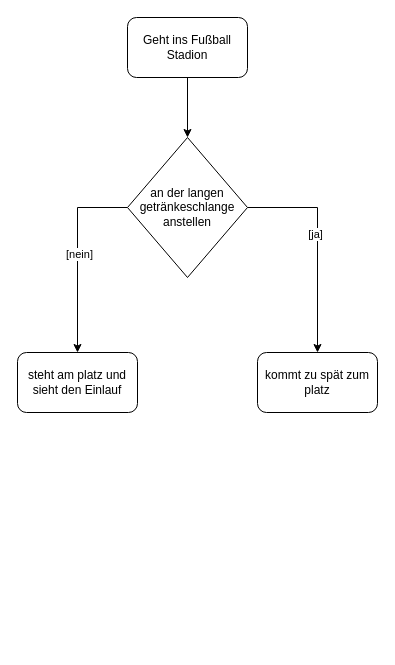
athaeck/VisualNovel keeps this draw.io diagram as Untitled Diagram.drawio. Above is the earlier version. Source tidied: cells renumbered, new cells numbered last; positions are measured from the earlier drawing's top-left corner, leaving out a move shared by most shapes. Both pictures are drawn from the tidied source at 100%, with x=0, y=0 at pixel (17, 17).
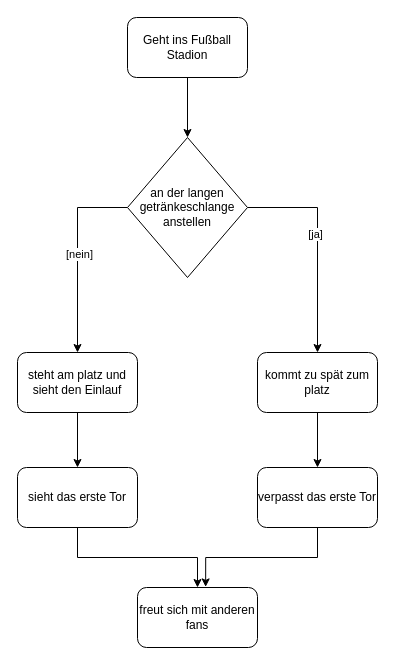
The same page after the edit.

Change to the diagram source:
```diff
@@
 <mxGraphModel>
   <root>
     <mxCell id="0" />
     <mxCell id="1" parent="0" />
     <mxCell id="2" style="edgeStyle=orthogonalEdgeStyle;rounded=0;jettySize=auto;html=1;entryX=0.5;entryY=0;entryDx=0;entryDy=0;" parent="1" edge="1" source="3" target="8">
       <mxGeometry relative="1" as="geometry" />
     </mxCell>
     <mxCell id="3" value="Geht ins Fußball Stadion" style="rounded=1;whiteSpace=wrap;html=1;" parent="1" vertex="1">
       <mxGeometry x="110" width="120" height="60" as="geometry" />
     </mxCell>
     <mxCell id="4" style="edgeStyle=orthogonalEdgeStyle;rounded=0;jettySize=auto;html=1;entryX=0.5;entryY=0;entryDx=0;entryDy=0;" parent="1" edge="1" source="8" target="9">
       <mxGeometry relative="1" as="geometry" />
     </mxCell>
     <mxCell id="5" value="[ja]" style="edgeLabel;html=1;align=center;verticalAlign=middle;" parent="4" vertex="1">
       <mxGeometry x="-0.11" y="-3" relative="1" as="geometry" />
     </mxCell>
     <mxCell id="6" style="edgeStyle=orthogonalEdgeStyle;rounded=0;jettySize=auto;html=1;entryX=0.5;entryY=0;entryDx=0;entryDy=0;" parent="1" edge="1" source="8" target="10">
       <mxGeometry relative="1" as="geometry">
         <Array as="points">
           <mxPoint x="60" y="190" />
         </Array>
       </mxGeometry>
     </mxCell>
     <mxCell id="7" value="[nein]" style="edgeLabel;html=1;align=center;verticalAlign=middle;" parent="6" vertex="1">
       <mxGeometry x="-0.02" y="1" relative="1" as="geometry" />
     </mxCell>
     <mxCell id="8" value="an der langen getränkeschlange anstellen" style="rhombus;whiteSpace=wrap;html=1;" parent="1" vertex="1">
       <mxGeometry x="110" y="120" width="120" height="140" as="geometry" />
     </mxCell>
+    <mxCell id="11" style="edgeStyle=orthogonalEdgeStyle;rounded=0;jettySize=auto;html=1;entryX=0.5;entryY=0;entryDx=0;entryDy=0;" parent="1" edge="1" source="9" target="14">
+      <mxGeometry relative="1" as="geometry" />
+    </mxCell>
     <mxCell id="9" value="kommt zu spät zum platz" style="rounded=1;whiteSpace=wrap;html=1;" parent="1" vertex="1">
       <mxGeometry x="240" y="335" width="120" height="60" as="geometry" />
     </mxCell>
+    <mxCell id="12" style="edgeStyle=orthogonalEdgeStyle;rounded=0;jettySize=auto;html=1;" parent="1" edge="1" source="10" target="16">
+      <mxGeometry relative="1" as="geometry" />
+    </mxCell>
     <mxCell id="10" value="steht am platz und sieht den Einlauf" style="rounded=1;whiteSpace=wrap;html=1;" parent="1" vertex="1">
       <mxGeometry y="335" width="120" height="60" as="geometry" />
     </mxCell>
+    <mxCell id="13" style="edgeStyle=orthogonalEdgeStyle;rounded=0;jettySize=auto;html=1;entryX=0.568;entryY=-0.01;entryDx=0;entryDy=0;entryPerimeter=0;" parent="1" edge="1" source="14" target="17">
+      <mxGeometry relative="1" as="geometry" />
+    </mxCell>
+    <mxCell id="14" value="verpasst das erste Tor" style="rounded=1;whiteSpace=wrap;html=1;" parent="1" vertex="1">
+      <mxGeometry x="240" y="450" width="120" height="60" as="geometry" />
+    </mxCell>
+    <mxCell id="15" style="edgeStyle=orthogonalEdgeStyle;rounded=0;jettySize=auto;html=1;" parent="1" edge="1" source="16" target="17">
+      <mxGeometry relative="1" as="geometry" />
+    </mxCell>
+    <mxCell id="16" value="sieht das erste Tor" style="rounded=1;whiteSpace=wrap;html=1;" parent="1" vertex="1">
+      <mxGeometry y="450" width="120" height="60" as="geometry" />
+    </mxCell>
+    <mxCell id="17" value="freut sich mit anderen fans" style="rounded=1;whiteSpace=wrap;html=1;" parent="1" vertex="1">
+      <mxGeometry x="120" y="570" width="120" height="60" as="geometry" />
+    </mxCell>
   </root>
 </mxGraphModel>
```
